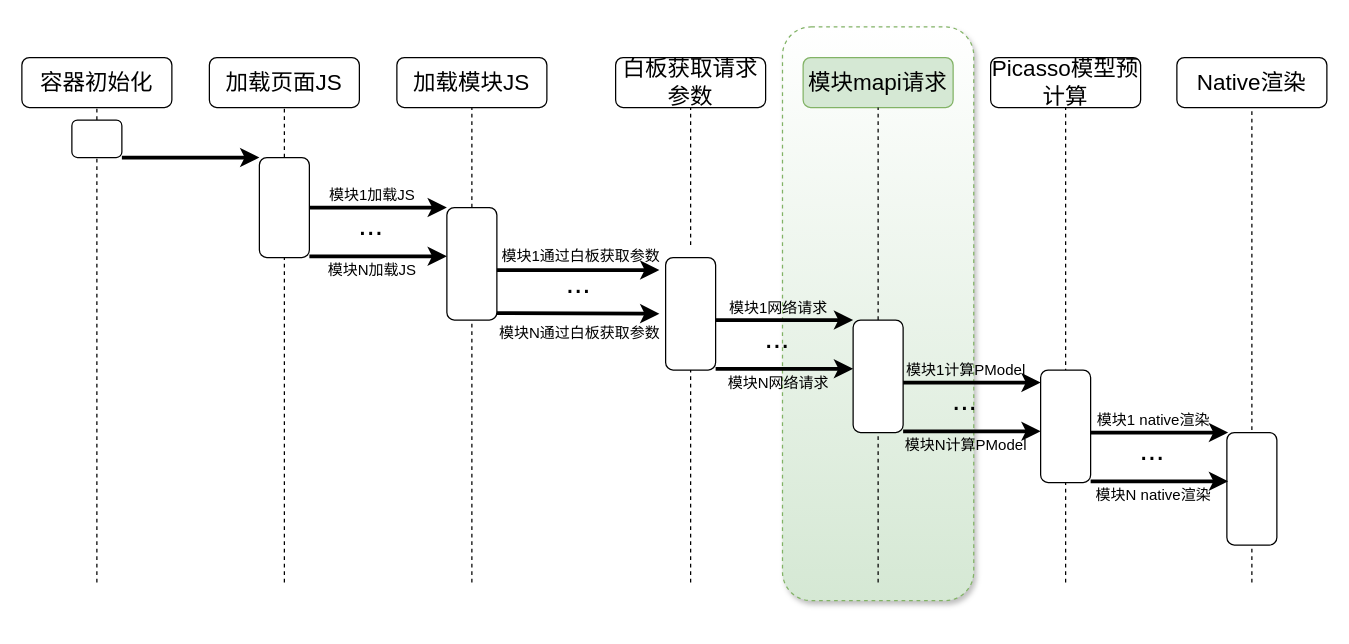
Above: page "Page-1" (1 of 18) of 频道首页执行流程.drawio in hpk1994/shophome (draw.io), before the change. Source tidied: cells renumbered, new cells numbered last; positions are measured from the earlier drawing's top-left corner, leaving out a move shared by most shapes. Both pictures are drawn from the tidied source at 125%, with x=0, y=0 at pixel (21, 26).
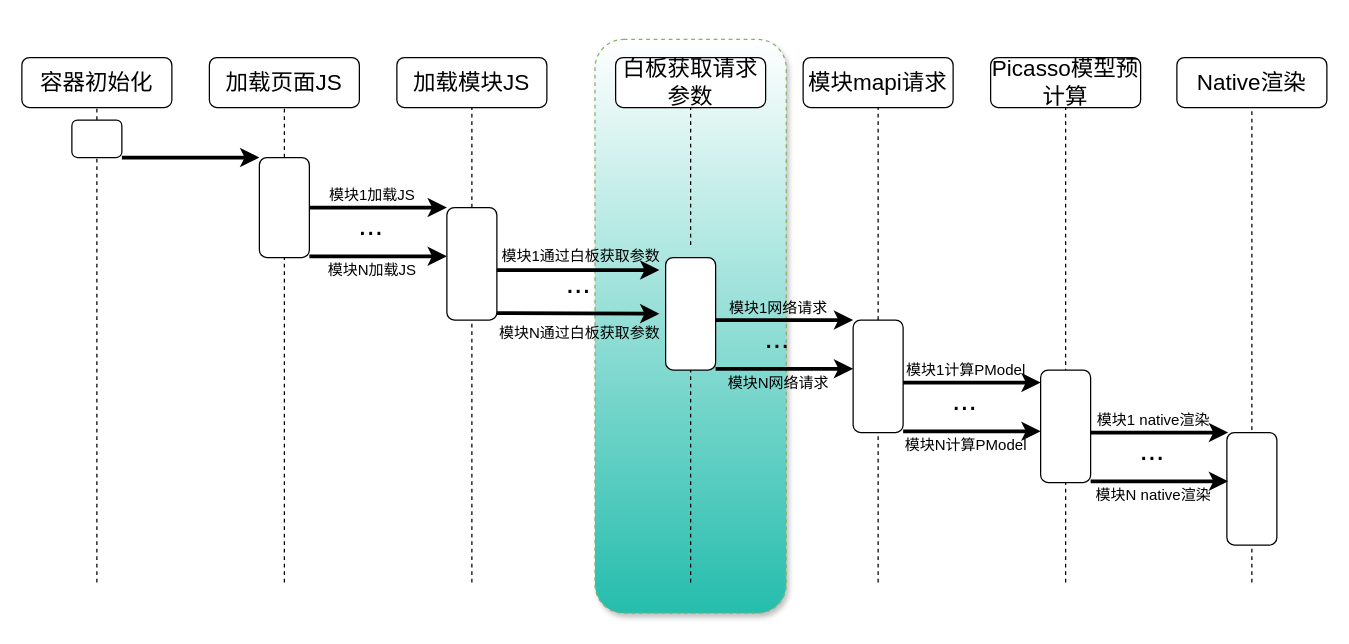
Above is the later version.

Change to the diagram source:
```diff
@@
-    <mxCell id="2" style="rounded=1;whiteSpace=wrap;html=1;shadow=1;dashed=1;strokeColor=#82b366;fontSize=16;fillColor=#d5e8d4;gradientDirection=north;gradientColor=#ffffff;" parent="1" vertex="1">
-      <mxGeometry x="608.5" width="153" height="459" as="geometry" />
+    <mxCell id="2" style="rounded=1;whiteSpace=wrap;html=1;shadow=1;dashed=1;strokeColor=#82b366;fontSize=16;fillColor=#25BDAD;gradientDirection=north;gradientColor=#ffffff;" parent="1" vertex="1">
+      <mxGeometry x="458.5" y="10" width="153" height="459" as="geometry" />
     </mxCell>
@@
-    <mxCell id="11" value="&lt;span style=&quot;font-size: 18px&quot;&gt;模块mapi请求&lt;/span&gt;" style="rounded=1;whiteSpace=wrap;html=1;fillColor=#d5e8d4;strokeColor=#82b366;" parent="1" vertex="1">
+    <mxCell id="11" value="&lt;span style=&quot;font-size: 18px&quot;&gt;模块mapi请求&lt;/span&gt;" style="rounded=1;whiteSpace=wrap;html=1;fillColor=#FFFFFF;strokeColor=#000000;" parent="1" vertex="1">
       <mxGeometry x="625" y="24.5" width="120" height="40" as="geometry" />
     </mxCell>
```
